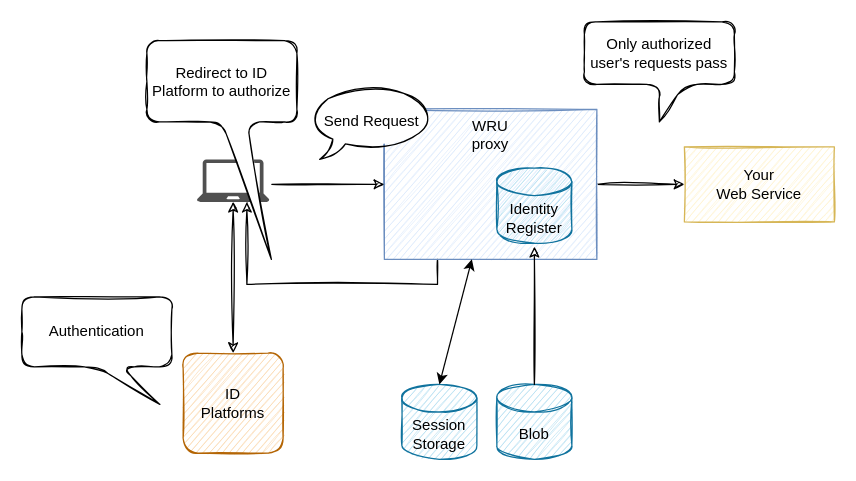
This is page "production-mode" (2 of 3) of doc/dialogs.drawio from future-architect/future-wru, a draw.io file, before an edit. Source tidied: cells renumbered, new cells numbered last; positions are measured from the earlier drawing's top-left corner, leaving out a move shared by most shapes. Both pictures are drawn from the tidied source at 125%, with x=0, y=0 at pixel (21, 21).
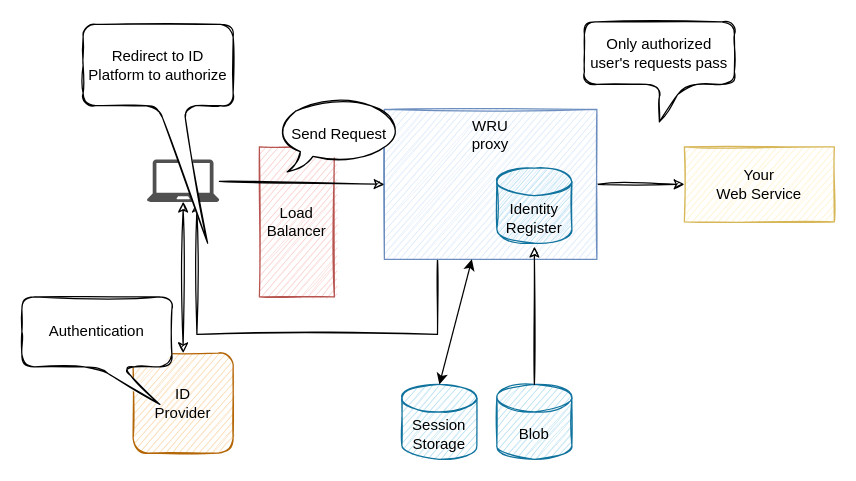
After the change.

The change refers to these unchanged cells:
```xml
<mxCell id="4" value="WRU&lt;br&gt;proxy" style="rounded=0;whiteSpace=wrap;html=1;fillColor=#dae8fc;strokeColor=#6c8ebf;verticalAlign=top;sketch=1;" parent="1" vertex="1">
  <mxGeometry x="290" y="70" width="170" height="120" as="geometry" />
</mxCell>
```

Diff of the diagram source:
```diff
@@
+    <mxCell id="19" value="Load&lt;br&gt;Balancer" style="rounded=0;whiteSpace=wrap;html=1;fillColor=#f8cecc;strokeColor=#b85450;sketch=1;" parent="1" vertex="1">
+      <mxGeometry x="190" y="100" width="60" height="120" as="geometry" />
+    </mxCell>
@@
     <mxCell id="3" style="edgeStyle=orthogonalEdgeStyle;rounded=0;sketch=1;jettySize=auto;html=1;exitX=0.25;exitY=1;exitDx=0;exitDy=0;" parent="1" edge="1" source="4" target="10">
       <mxGeometry relative="1" as="geometry">
         <Array as="points">
-          <mxPoint x="333" y="210" />
-          <mxPoint x="180" y="210" />
+          <mxPoint x="333" y="250" />
+          <mxPoint x="140" y="250" />
         </Array>
       </mxGeometry>
     </mxCell>
@@
-    <mxCell id="5" style="endArrow=classic;html=1;entryX=0;entryY=0.5;entryDx=0;entryDy=0;sketch=1;" parent="1" edge="1" target="4">
-      <mxGeometry relative="1" as="geometry">
-        <mxPoint x="200" y="130" as="sourcePoint" />
-      </mxGeometry>
+    <mxCell id="5" style="endArrow=classic;html=1;entryX=0;entryY=0.5;entryDx=0;entryDy=0;sketch=1;" parent="1" edge="1" source="10" target="4">
+      <mxGeometry relative="1" as="geometry" />
     </mxCell>
@@
     <mxCell id="9" value="Send Request" style="whiteSpace=wrap;html=1;shape=mxgraph.basic.oval_callout;sketch=1;" parent="1" vertex="1">
-      <mxGeometry x="230" y="50" width="100" height="60" as="geometry" />
+      <mxGeometry x="204" y="60" width="100" height="60" as="geometry" />
     </mxCell>
     <mxCell id="10" style="shadow=0;dashed=0;html=1;strokeColor=none;fillColor=#505050;labelPosition=center;verticalLabelPosition=bottom;verticalAlign=top;outlineConnect=0;align=center;shape=mxgraph.office.devices.laptop;sketch=0;" parent="1" vertex="1">
-      <mxGeometry x="140" y="110" width="58" height="34" as="geometry" />
+      <mxGeometry x="100" y="110" width="58" height="34" as="geometry" />
     </mxCell>
@@
     <mxCell id="12" value="Redirect to ID&lt;br&gt;Platform to authorize" style="shape=callout;whiteSpace=wrap;html=1;perimeter=calloutPerimeter;sketch=1;rounded=1;position2=0.83;base=20;size=110;position=0.5;" parent="1" vertex="1">
-      <mxGeometry x="100" y="15" width="120" height="175" as="geometry" />
+      <mxGeometry x="49" y="2" width="120" height="175" as="geometry" />
     </mxCell>
@@
-    <mxCell id="16" value="ID&lt;br&gt;Platforms" style="whiteSpace=wrap;html=1;rounded=1;sketch=1;fillColor=#fad7ac;strokeColor=#b46504;" parent="1" vertex="1">
-      <mxGeometry x="129" y="265" width="80" height="80" as="geometry" />
+    <mxCell id="16" value="ID&lt;br&gt;Provider" style="whiteSpace=wrap;html=1;rounded=1;sketch=1;fillColor=#fad7ac;strokeColor=#b46504;" parent="1" vertex="1">
+      <mxGeometry x="89" y="265" width="80" height="80" as="geometry" />
     </mxCell>
```
